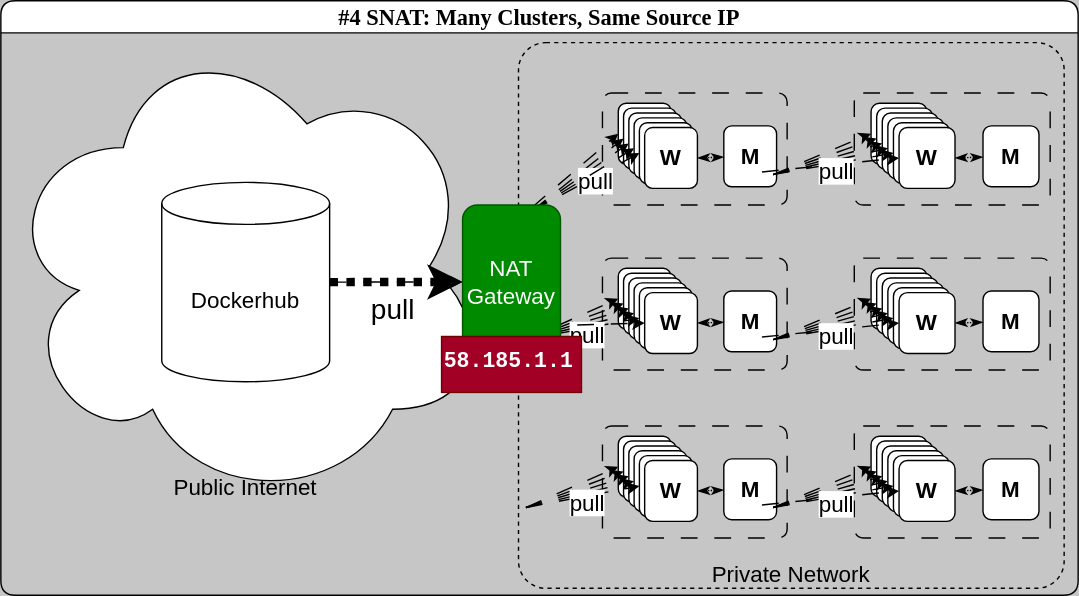
This is content/explainer/container-oci-registry/pull-a-public-container-image/4-pulls-from-snat-gateway.drawio.svg from doughgle/doughgle.github.io, a draw.io export, as it was before one commit. Source tidied: cells renumbered, new cells last; positions are measured from the earlier drawing's top-left corner, leaving out a move shared by most shapes.
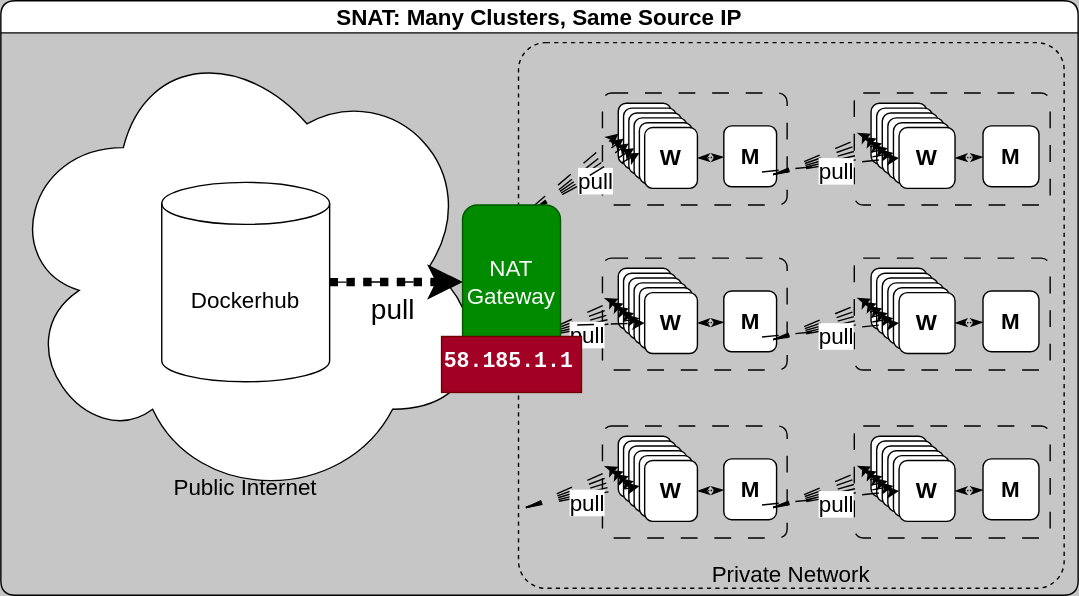
Later version of the same file.

Diff of the diagram source:
```diff
@@ -5,7 +5,7 @@
     <mxCell id="2" style="rounded=1;whiteSpace=wrap;html=1;dashed=1;fillColor=none;arcSize=5;" parent="1" vertex="1">
       <mxGeometry x="370" y="30" width="390" height="390" as="geometry" />
     </mxCell>
-    <mxCell id="3" value="#4 SNAT: Many Clusters, Same Source IP" style="swimlane;whiteSpace=wrap;html=1;hachureGap=4;fontFamily=Verdana;fontSize=16;rounded=1;" parent="1" vertex="1">
+    <mxCell id="3" value="SNAT: Many Clusters, Same Source IP" style="swimlane;whiteSpace=wrap;html=1;hachureGap=4;fontFamily=Helvetica;fontSize=16;rounded=1;" parent="1" vertex="1">
       <mxGeometry width="770" height="425" as="geometry" />
     </mxCell>
     <mxCell id="4" value="Public Internet" style="ellipse;shape=cloud;whiteSpace=wrap;html=1;fontSize=16;verticalAlign=bottom;" parent="3" vertex="1">
```
